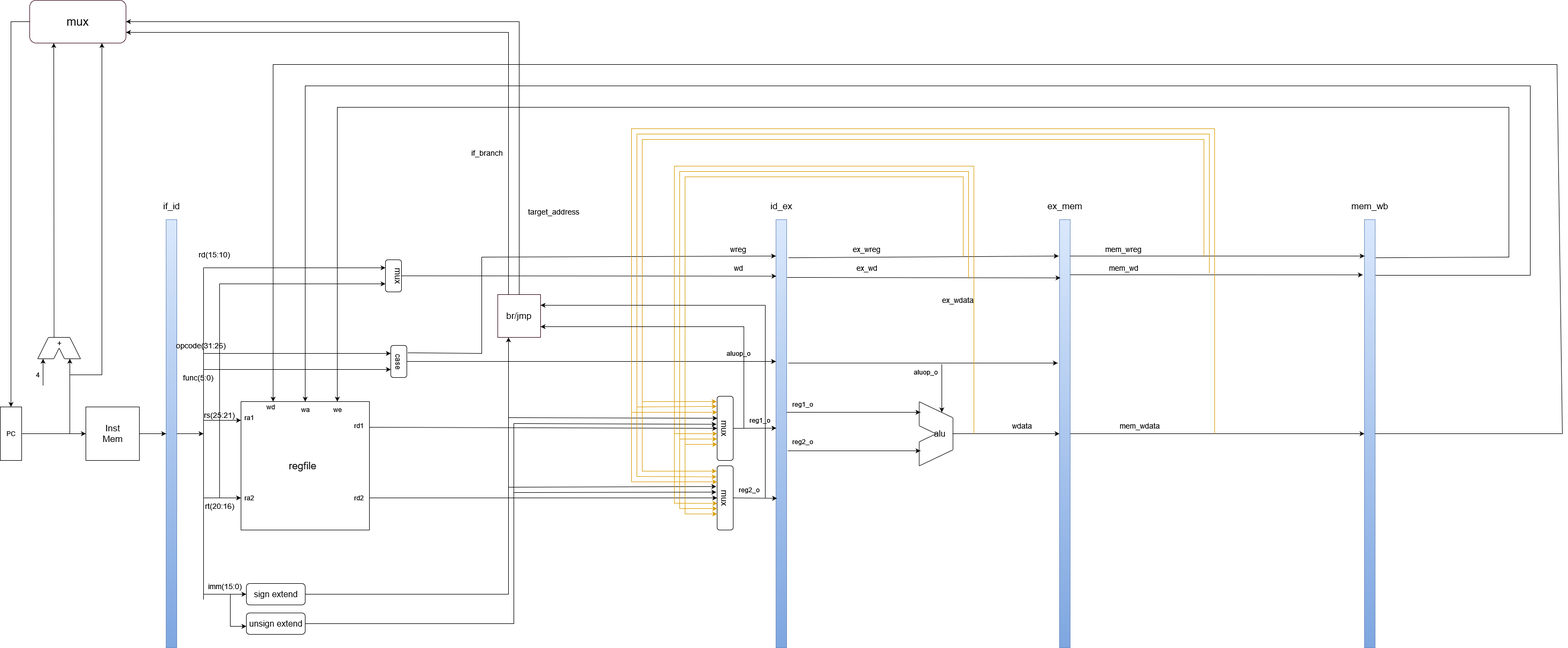
Above: pipline.drawio.png in Jump-Wang-111/naive-mips (draw.io), before the change. Source tidied: cells renumbered, new cells last; positions are measured from the earlier drawing's top-left corner, leaving out a move shared by most shapes.
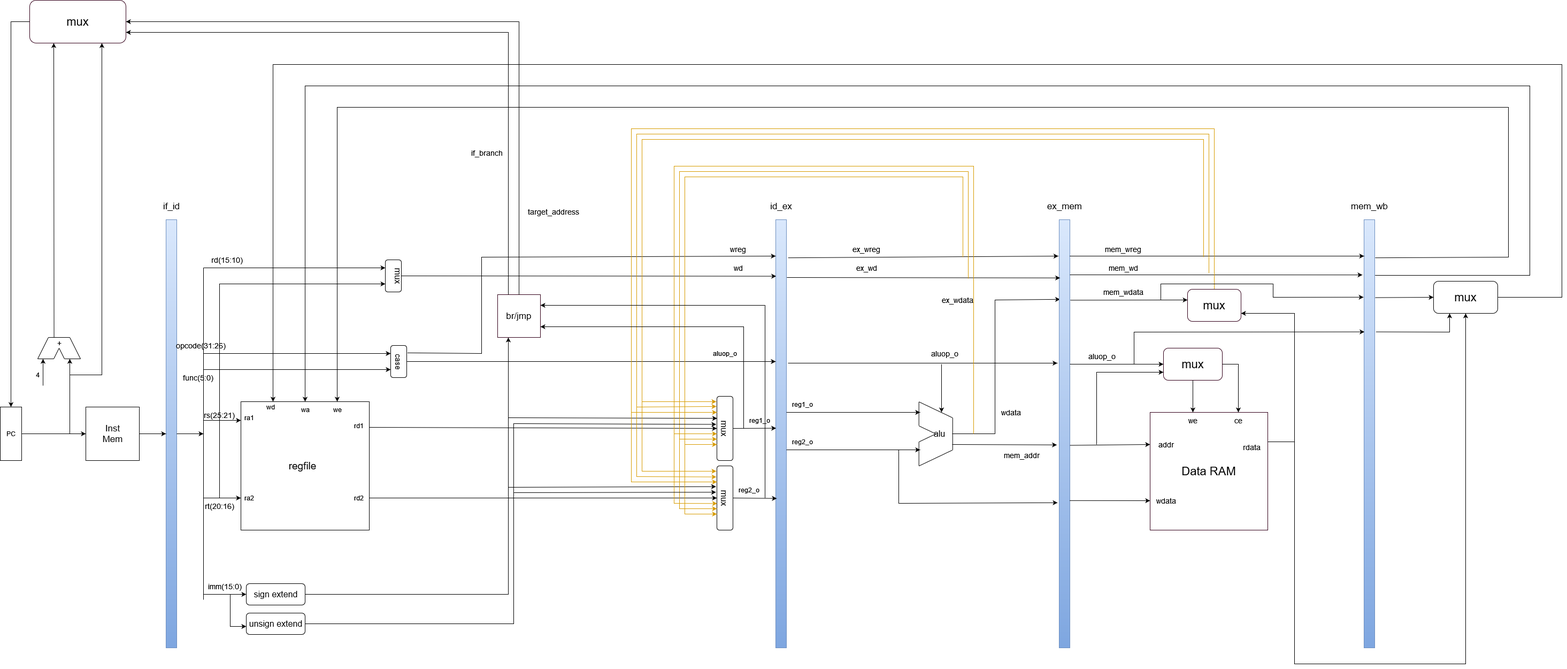
After the change.

Commit message:
delete top comment

Change to the diagram source:
```diff
@@ -226,17 +226,21 @@
         <mxPoint x="1720" y="770" as="targetPoint" />
       </mxGeometry>
     </mxCell>
-    <mxCell id="53" style="endArrow=classic;html=1;rounded=0;fontFamily=Helvetica;fontSize=16;fontColor=default;exitX=1.1;exitY=0.54;exitDx=0;exitDy=0;exitPerimeter=0;" parent="1" edge="1" source="32">
+    <mxCell id="53" style="endArrow=classic;html=1;rounded=0;fontFamily=Helvetica;fontSize=16;fontColor=default;exitX=0;exitY=1;exitDx=0;exitDy=0;" parent="1" edge="1" source="122">
       <mxGeometry relative="1" as="geometry">
-        <mxPoint x="1720" y="842" as="targetPoint" />
+        <mxPoint x="1720" y="840" as="targetPoint" />
       </mxGeometry>
     </mxCell>
     <mxCell id="54" value="alu" style="text;html=1;align=center;verticalAlign=middle;strokeColor=none;fillColor=none;fontSize=16;fontFamily=Helvetica;fontColor=default;rotation=0;" parent="1" vertex="1">
       <mxGeometry x="1736.2" y="800" width="40" height="20" as="geometry" />
     </mxCell>
-    <mxCell id="55" style="endArrow=classic;html=1;rounded=0;fontFamily=Helvetica;fontSize=16;fontColor=default;entryX=0;entryY=0.5;entryDx=0;entryDy=0;" parent="1" edge="1" target="56">
+    <mxCell id="55" style="endArrow=classic;html=1;rounded=0;fontFamily=Helvetica;fontSize=16;fontColor=default;entryX=0.08;entryY=0.186;entryDx=0;entryDy=0;entryPerimeter=0;" parent="1" edge="1" target="56">
       <mxGeometry relative="1" as="geometry">
         <mxPoint x="1780" y="810" as="sourcePoint" />
+        <Array as="points">
+          <mxPoint x="1860" y="810" />
+          <mxPoint x="1860" y="560" />
+        </Array>
       </mxGeometry>
     </mxCell>
     <mxCell id="56" style="rounded=0;whiteSpace=wrap;html=1;fontFamily=Helvetica;fontSize=14;fillColor=#dae8fc;gradientColor=#7ea6e0;strokeColor=#6c8ebf;" parent="1" vertex="1">
@@ -245,8 +249,10 @@
     <mxCell id="57" value="ex_mem" style="text;html=1;align=center;verticalAlign=middle;strokeColor=none;fillColor=none;fontSize=17;fontFamily=Helvetica;fontColor=default;" parent="1" vertex="1">
       <mxGeometry x="1950" y="370" width="80" height="30" as="geometry" />
     </mxCell>
-    <mxCell id="58" style="endArrow=classic;html=1;rounded=0;fontFamily=Helvetica;fontSize=16;fontColor=default;exitX=1;exitY=0.5;exitDx=0;exitDy=0;entryX=0;entryY=0.5;entryDx=0;entryDy=0;" parent="1" edge="1" source="56" target="59">
-      <mxGeometry relative="1" as="geometry" />
+    <mxCell id="58" style="endArrow=classic;html=1;rounded=0;fontFamily=Helvetica;fontSize=16;fontColor=default;exitX=1.034;exitY=0.188;exitDx=0;exitDy=0;exitPerimeter=0;" parent="1" edge="1" source="56">
+      <mxGeometry relative="1" as="geometry">
+        <mxPoint x="2220" y="560" as="targetPoint" />
+      </mxGeometry>
     </mxCell>
     <mxCell id="59" style="rounded=0;whiteSpace=wrap;html=1;fontFamily=Helvetica;fontSize=14;fillColor=#dae8fc;gradientColor=#7ea6e0;strokeColor=#6c8ebf;" parent="1" vertex="1">
       <mxGeometry x="2550" y="410" width="20" height="800" as="geometry" />
@@ -260,12 +266,12 @@
     <mxCell id="62" value="ra2" style="text;html=1;align=center;verticalAlign=middle;strokeColor=none;fillColor=none;fontSize=12;fontFamily=Helvetica;fontColor=default;" parent="1" vertex="1">
       <mxGeometry x="450" y="920" width="30" height="20" as="geometry" />
     </mxCell>
-    <mxCell id="63" style="endArrow=classic;html=1;rounded=0;fontFamily=Helvetica;fontSize=12;fontColor=default;exitX=1;exitY=0.5;exitDx=0;exitDy=0;" parent="1" edge="1" source="59">
+    <mxCell id="63" style="endArrow=classic;html=1;rounded=0;fontFamily=Helvetica;fontSize=12;fontColor=default;exitX=1;exitY=0.5;exitDx=0;exitDy=0;" parent="1" edge="1" source="157">
       <mxGeometry relative="1" as="geometry">
         <mxPoint x="510" y="750" as="targetPoint" />
         <Array as="points">
-          <mxPoint x="2920" y="810" />
-          <mxPoint x="2910" y="120" />
+          <mxPoint x="2920" y="555" />
+          <mxPoint x="2920" y="120" />
           <mxPoint x="510" y="120" />
         </Array>
       </mxGeometry>
@@ -299,7 +305,7 @@
       </mxGeometry>
     </mxCell>
     <mxCell id="71" value="rd(15:10)" style="text;html=1;strokeColor=none;fillColor=none;align=center;verticalAlign=middle;whiteSpace=wrap;rounded=0;fontFamily=Helvetica;fontSize=14;fontColor=default;" parent="1" vertex="1">
-      <mxGeometry x="370" y="460" width="60" height="30" as="geometry" />
+      <mxGeometry x="394" y="470" width="60" height="30" as="geometry" />
     </mxCell>
     <mxCell id="72" style="endArrow=classic;html=1;rounded=0;exitX=1;exitY=0.5;exitDx=0;exitDy=0;entryX=0.037;entryY=0.132;entryDx=0;entryDy=0;entryPerimeter=0;" parent="1" edge="1" source="69" target="32">
       <mxGeometry relative="1" as="geometry" />
@@ -357,7 +363,7 @@
       </mxGeometry>
     </mxCell>
     <mxCell id="85" value="aluop_o" style="text;html=1;strokeColor=none;fillColor=none;align=center;verticalAlign=middle;whiteSpace=wrap;rounded=0;fontFamily=Helvetica;fontSize=12;fontColor=default;" parent="1" vertex="1">
-      <mxGeometry x="1350" y="645" width="60" height="30" as="geometry" />
+      <mxGeometry x="1325" y="645" width="60" height="30" as="geometry" />
     </mxCell>
     <mxCell id="86" style="endArrow=classic;html=1;rounded=0;fontSize=12;exitX=1.15;exitY=0.335;exitDx=0;exitDy=0;exitPerimeter=0;entryX=-0.168;entryY=0.335;entryDx=0;entryDy=0;entryPerimeter=0;" parent="1" edge="1" source="32" target="56">
       <mxGeometry relative="1" as="geometry" />
@@ -414,10 +420,10 @@
       </mxGeometry>
     </mxCell>
     <mxCell id="100" value="wdata" style="text;html=1;strokeColor=none;fillColor=none;align=center;verticalAlign=middle;whiteSpace=wrap;rounded=0;fontFamily=Helvetica;fontSize=14;fontColor=default;" parent="1" vertex="1">
-      <mxGeometry x="1880" y="780" width="60" height="30" as="geometry" />
+      <mxGeometry x="1860" y="755" width="60" height="30" as="geometry" />
     </mxCell>
     <mxCell id="101" value="mem_wdata" style="text;html=1;strokeColor=none;fillColor=none;align=center;verticalAlign=middle;whiteSpace=wrap;rounded=0;fontFamily=Helvetica;fontSize=14;fontColor=default;" parent="1" vertex="1">
-      <mxGeometry x="2100" y="780" width="60" height="30" as="geometry" />
+      <mxGeometry x="2070" y="530" width="60" height="30" as="geometry" />
     </mxCell>
     <mxCell id="102" value="rd1" style="text;html=1;align=center;verticalAlign=middle;strokeColor=none;fillColor=none;fontSize=12;fontFamily=Helvetica;fontColor=default;" parent="1" vertex="1">
       <mxGeometry x="650" y="780" width="40" height="30" as="geometry" />
@@ -491,12 +497,12 @@
         <mxPoint x="960" y="920" as="sourcePoint" />
       </mxGeometry>
     </mxCell>
-    <mxCell id="114" value="aluop_o" style="text;html=1;strokeColor=none;fillColor=none;align=center;verticalAlign=middle;whiteSpace=wrap;rounded=0;fontFamily=Helvetica;fontSize=12;fontColor=default;" parent="1" vertex="1">
-      <mxGeometry x="1700" y="680" width="60" height="30" as="geometry" />
+    <mxCell id="114" value="aluop_o" style="text;html=1;strokeColor=none;fillColor=none;align=center;verticalAlign=middle;whiteSpace=wrap;rounded=0;fontFamily=Helvetica;fontSize=14;fontColor=default;" parent="1" vertex="1">
+      <mxGeometry x="1736.2" y="645" width="60" height="30" as="geometry" />
     </mxCell>
     <mxCell id="115" style="endArrow=classic;html=1;rounded=0;fontSize=14;fillColor=#ffcd28;strokeColor=#d79b00;gradientColor=#ffa500;entryX=0;entryY=0.25;entryDx=0;entryDy=0;" parent="1" edge="1" target="37">
       <mxGeometry relative="1" as="geometry">
-        <mxPoint x="2270" y="810" as="sourcePoint" />
+        <mxPoint x="2270" y="540" as="sourcePoint" />
         <Array as="points">
           <mxPoint x="2270" y="240" />
           <mxPoint x="1180" y="240" />
@@ -622,5 +628,125 @@
     <mxCell id="135" value="target_address" style="text;html=1;strokeColor=none;fillColor=none;align=center;verticalAlign=middle;whiteSpace=wrap;rounded=0;fontFamily=Helvetica;fontSize=14;fontColor=default;" parent="1" vertex="1">
       <mxGeometry x="970" y="380" width="130" height="30" as="geometry" />
     </mxCell>
+    <mxCell id="136" style="endArrow=classic;html=1;rounded=0;fontSize=22;entryX=-0.15;entryY=0.661;entryDx=0;entryDy=0;entryPerimeter=0;" parent="1" edge="1" target="56">
+      <mxGeometry relative="1" as="geometry">
+        <mxPoint x="1680" y="840" as="sourcePoint" />
+        <Array as="points">
+          <mxPoint x="1680" y="940" />
+        </Array>
+      </mxGeometry>
+    </mxCell>
+    <mxCell id="137" style="endArrow=classic;html=1;rounded=0;fontSize=22;entryX=-0.213;entryY=0.526;entryDx=0;entryDy=0;entryPerimeter=0;" parent="1" edge="1" target="56">
+      <mxGeometry relative="1" as="geometry">
+        <mxPoint x="1780" y="830" as="sourcePoint" />
+      </mxGeometry>
+    </mxCell>
+    <mxCell id="138" value="mem_addr" style="text;html=1;strokeColor=none;fillColor=none;align=center;verticalAlign=middle;whiteSpace=wrap;rounded=0;fontFamily=Helvetica;fontSize=14;fontColor=default;" parent="1" vertex="1">
+      <mxGeometry x="1880" y="835" width="60" height="30" as="geometry" />
+    </mxCell>
+    <mxCell id="139" value="Data RAM" style="whiteSpace=wrap;html=1;fontSize=22;strokeColor=#33001A;" parent="1" vertex="1">
+      <mxGeometry x="2150" y="770" width="220" height="220" as="geometry" />
+    </mxCell>
+    <mxCell id="140" value="we" style="text;html=1;strokeColor=none;fillColor=none;align=center;verticalAlign=middle;whiteSpace=wrap;rounded=0;fontFamily=Helvetica;fontSize=14;fontColor=default;" parent="1" vertex="1">
+      <mxGeometry x="2200" y="770" width="60" height="30" as="geometry" />
+    </mxCell>
+    <mxCell id="141" value="ce" style="text;html=1;strokeColor=none;fillColor=none;align=center;verticalAlign=middle;whiteSpace=wrap;rounded=0;fontFamily=Helvetica;fontSize=14;fontColor=default;" parent="1" vertex="1">
+      <mxGeometry x="2285" y="770" width="60" height="30" as="geometry" />
+    </mxCell>
+    <mxCell id="142" value="addr" style="text;html=1;strokeColor=none;fillColor=none;align=center;verticalAlign=middle;whiteSpace=wrap;rounded=0;fontFamily=Helvetica;fontSize=14;fontColor=default;" parent="1" vertex="1">
+      <mxGeometry x="2150" y="815" width="60" height="30" as="geometry" />
+    </mxCell>
+    <mxCell id="143" value="rdata" style="text;html=1;strokeColor=none;fillColor=none;align=center;verticalAlign=middle;whiteSpace=wrap;rounded=0;fontFamily=Helvetica;fontSize=14;fontColor=default;" parent="1" vertex="1">
+      <mxGeometry x="2310" y="820" width="60" height="30" as="geometry" />
+    </mxCell>
+    <mxCell id="144" value="wdata" style="text;html=1;strokeColor=none;fillColor=none;align=center;verticalAlign=middle;whiteSpace=wrap;rounded=0;fontFamily=Helvetica;fontSize=14;fontColor=default;" parent="1" vertex="1">
+      <mxGeometry x="2150" y="920" width="60" height="30" as="geometry" />
+    </mxCell>
+    <mxCell id="145" style="endArrow=classic;html=1;rounded=0;fontSize=22;exitX=0.99;exitY=0.527;exitDx=0;exitDy=0;exitPerimeter=0;entryX=0;entryY=0.5;entryDx=0;entryDy=0;" parent="1" edge="1" source="56" target="142">
+      <mxGeometry relative="1" as="geometry" />
+    </mxCell>
+    <mxCell id="146" style="endArrow=classic;html=1;rounded=0;fontSize=22;entryX=0;entryY=0.75;entryDx=0;entryDy=0;exitX=0.974;exitY=0.656;exitDx=0;exitDy=0;exitPerimeter=0;" parent="1" edge="1" source="56" target="139">
+      <mxGeometry relative="1" as="geometry" />
+    </mxCell>
+    <mxCell id="147" value="mux" style="rounded=1;whiteSpace=wrap;html=1;fontSize=22;strokeColor=#33001A;" parent="1" vertex="1">
+      <mxGeometry x="2220" y="540" width="100" height="60" as="geometry" />
+    </mxCell>
+    <mxCell id="148" style="endArrow=classic;html=1;rounded=0;fontSize=22;entryX=0;entryY=0.5;entryDx=0;entryDy=0;" parent="1" edge="1" target="150">
+      <mxGeometry relative="1" as="geometry">
+        <mxPoint x="2000" y="680" as="sourcePoint" />
+      </mxGeometry>
+    </mxCell>
+    <mxCell id="149" style="endArrow=classic;html=1;rounded=0;fontSize=22;exitX=1;exitY=0.25;exitDx=0;exitDy=0;entryX=1;entryY=0.75;entryDx=0;entryDy=0;" parent="1" edge="1" source="139" target="147">
+      <mxGeometry relative="1" as="geometry">
+        <Array as="points">
+          <mxPoint x="2420" y="825" />
+          <mxPoint x="2420" y="585" />
+        </Array>
+      </mxGeometry>
+    </mxCell>
+    <mxCell id="150" value="mux" style="rounded=1;whiteSpace=wrap;html=1;fontSize=22;strokeColor=#33001A;" parent="1" vertex="1">
+      <mxGeometry x="2175" y="650" width="110" height="60" as="geometry" />
+    </mxCell>
+    <mxCell id="151" value="aluop_o" style="text;html=1;strokeColor=none;fillColor=none;align=center;verticalAlign=middle;whiteSpace=wrap;rounded=0;fontFamily=Helvetica;fontSize=14;fontColor=default;" parent="1" vertex="1">
+      <mxGeometry x="2030" y="650" width="60" height="30" as="geometry" />
+    </mxCell>
+    <mxCell id="152" style="endArrow=classic;html=1;rounded=0;fontSize=14;entryX=0;entryY=0.75;entryDx=0;entryDy=0;" parent="1" edge="1" target="150">
+      <mxGeometry relative="1" as="geometry">
+        <mxPoint x="2050" y="830" as="sourcePoint" />
+        <Array as="points">
+          <mxPoint x="2050" y="695" />
+        </Array>
+      </mxGeometry>
+    </mxCell>
+    <mxCell id="153" style="endArrow=classic;html=1;rounded=0;fontSize=14;entryX=0.5;entryY=0;entryDx=0;entryDy=0;exitX=0.5;exitY=1;exitDx=0;exitDy=0;" parent="1" edge="1" source="150" target="140">
+      <mxGeometry relative="1" as="geometry" />
+    </mxCell>
+    <mxCell id="154" style="endArrow=classic;html=1;rounded=0;fontSize=14;exitX=1;exitY=0.5;exitDx=0;exitDy=0;entryX=0.5;entryY=0;entryDx=0;entryDy=0;" parent="1" edge="1" source="150" target="141">
+      <mxGeometry relative="1" as="geometry">
+        <Array as="points">
+          <mxPoint x="2315" y="680" />
+        </Array>
+      </mxGeometry>
+    </mxCell>
+    <mxCell id="155" style="endArrow=classic;html=1;rounded=0;entryX=-0.041;entryY=0.181;entryDx=0;entryDy=0;entryPerimeter=0;" parent="1" edge="1" target="59">
+      <mxGeometry relative="1" as="geometry">
+        <mxPoint x="2170" y="560" as="sourcePoint" />
+        <Array as="points">
+          <mxPoint x="2170" y="530" />
+          <mxPoint x="2380" y="530" />
+          <mxPoint x="2380" y="555" />
+        </Array>
+      </mxGeometry>
+    </mxCell>
+    <mxCell id="156" style="endArrow=classic;html=1;rounded=0;entryX=0.5;entryY=1;entryDx=0;entryDy=0;" parent="1" edge="1" target="157">
+      <mxGeometry relative="1" as="geometry">
+        <mxPoint x="2420" y="820" as="sourcePoint" />
+        <Array as="points">
+          <mxPoint x="2420" y="1240" />
+          <mxPoint x="2740" y="1240" />
+        </Array>
+      </mxGeometry>
+    </mxCell>
+    <mxCell id="157" value="mux" style="rounded=1;whiteSpace=wrap;html=1;fontSize=22;" parent="1" vertex="1">
+      <mxGeometry x="2680" y="525" width="120" height="60" as="geometry" />
+    </mxCell>
+    <mxCell id="158" style="endArrow=classic;html=1;rounded=0;entryX=0;entryY=0.5;entryDx=0;entryDy=0;exitX=1.037;exitY=0.182;exitDx=0;exitDy=0;exitPerimeter=0;" parent="1" edge="1" source="59" target="157">
+      <mxGeometry relative="1" as="geometry" />
+    </mxCell>
+    <mxCell id="159" style="endArrow=classic;html=1;rounded=0;entryX=0.25;entryY=1;entryDx=0;entryDy=0;exitX=1.1;exitY=0.262;exitDx=0;exitDy=0;exitPerimeter=0;" parent="1" edge="1" source="59" target="157">
+      <mxGeometry relative="1" as="geometry">
+        <Array as="points">
+          <mxPoint x="2710" y="620" />
+        </Array>
+      </mxGeometry>
+    </mxCell>
+    <mxCell id="160" style="endArrow=classic;html=1;rounded=0;entryX=0.037;entryY=0.262;entryDx=0;entryDy=0;entryPerimeter=0;" parent="1" edge="1" target="59">
+      <mxGeometry relative="1" as="geometry">
+        <mxPoint x="2120" y="680" as="sourcePoint" />
+        <Array as="points">
+          <mxPoint x="2120" y="620" />
+        </Array>
+      </mxGeometry>
+    </mxCell>
   </root>
 </mxGraphModel>
```
